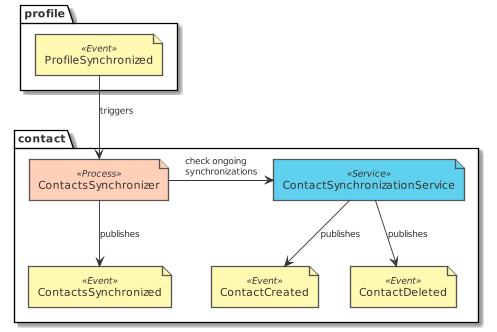
Earlier version of the PlantUML export paper/design_contact_eventstorming_contacts_synchronizer.png (tmorin/dorders).
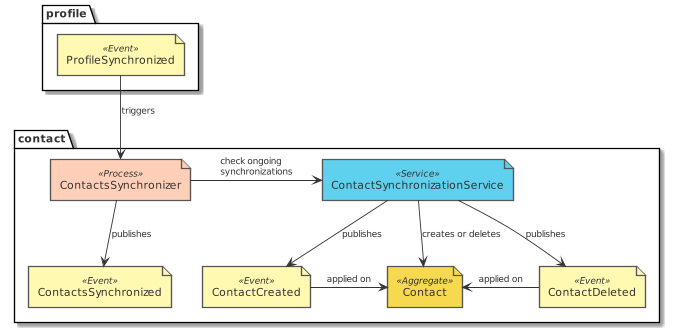
After the change.

What changed in the source:
```diff
@@ -10,11 +10,15 @@
   event('ContactDeleted')
   event('ContactCreated')
   event('ContactsSynchronized')
+  aggregate('Contact')
 }
 ProfileSynchronized --> ContactsSynchronizer : triggers
 ContactsSynchronizer -r-> ContactSynchronizationService : check ongoing synchronizations
 ContactSynchronizationService --> ContactCreated : publishes
 ContactSynchronizationService --> ContactDeleted : publishes
 ContactsSynchronizer --> ContactsSynchronized : publishes
+ContactSynchronizationService --> Contact : creates or deletes
+ContactCreated -r-> Contact : applied on
+ContactDeleted -l-> Contact : applied on
 
 @enduml
```
